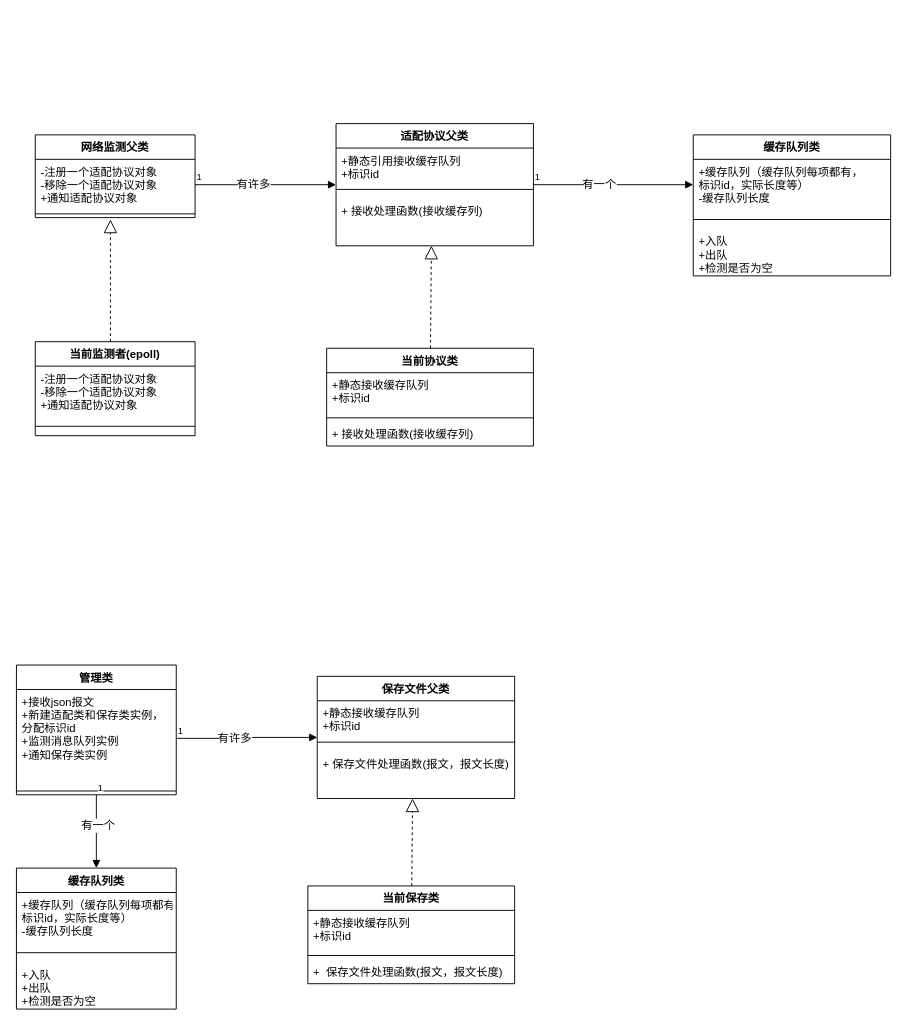
The draw.io diagram 巡课uml.drawio in huangPeiLc/drawio, before the edit. Source tidied: cells renumbered, new cells numbered last; positions are measured from the earlier drawing's top-left corner, leaving out a move shared by most shapes. Both pictures are drawn from the tidied source at 94%, with x=0, y=0 at pixel (16, 123).
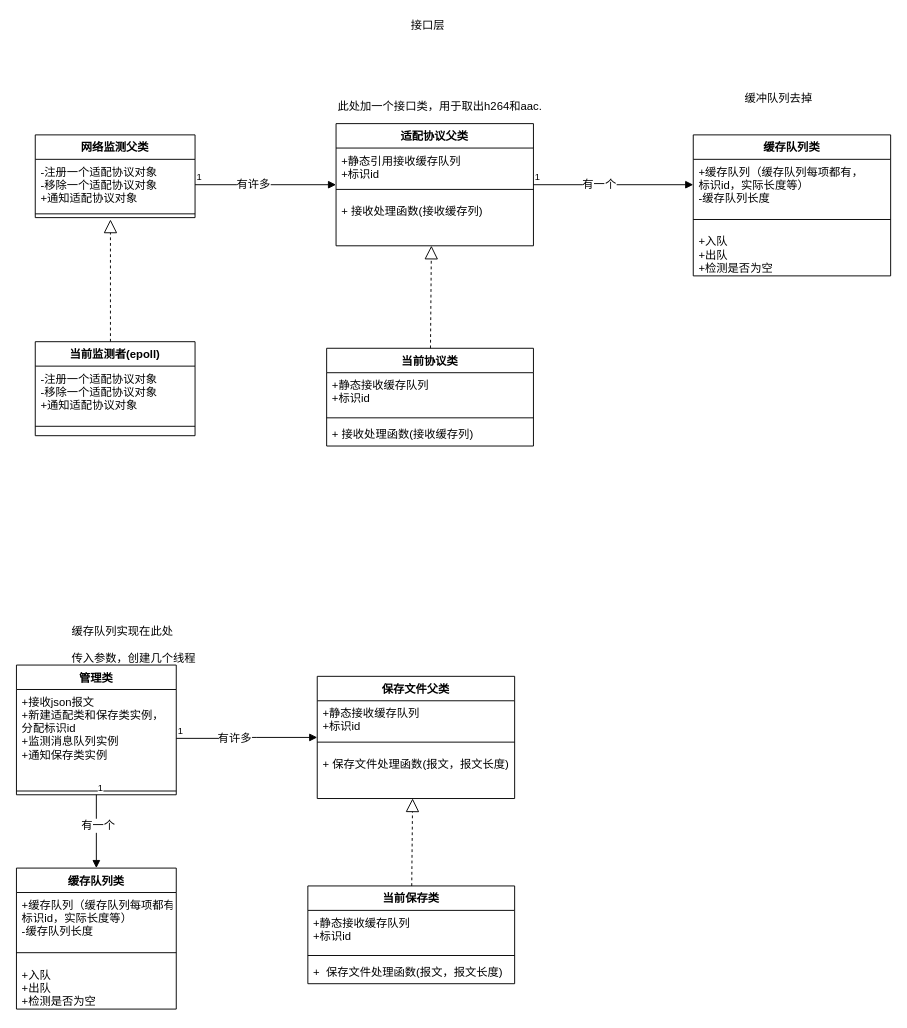
The same diagram, later.

What changed in the source:
```diff
@@
+    <mxCell id="50" value="此处加一个接口类，用于取出h264和aac.&lt;br&gt;" style="text;html=1;align=left;verticalAlign=top;spacingTop=-4;" parent="1" vertex="1">
+      <mxGeometry x="340" y="-28" width="230" height="20" as="geometry" />
+    </mxCell>
+    <mxCell id="51" value="接口层&lt;br&gt;" style="text;html=1;align=left;verticalAlign=top;spacingTop=-4;" parent="1" vertex="1">
+      <mxGeometry x="418" y="-114" width="50" height="20" as="geometry" />
+    </mxCell>
+    <mxCell id="52" value="缓冲队列去掉&lt;br&gt;" style="text;html=1;align=left;verticalAlign=top;spacingTop=-4;" parent="1" vertex="1">
+      <mxGeometry x="773" y="-37" width="90" height="20" as="geometry" />
+    </mxCell>
+    <mxCell id="53" value="缓存队列实现在此处&lt;br&gt;&lt;br&gt;传入参数，创建几个线程&lt;br&gt;" style="text;html=1;align=left;verticalAlign=top;spacingTop=-4;" parent="1" vertex="1">
+      <mxGeometry x="57" y="530" width="150" height="40" as="geometry" />
+    </mxCell>
```
